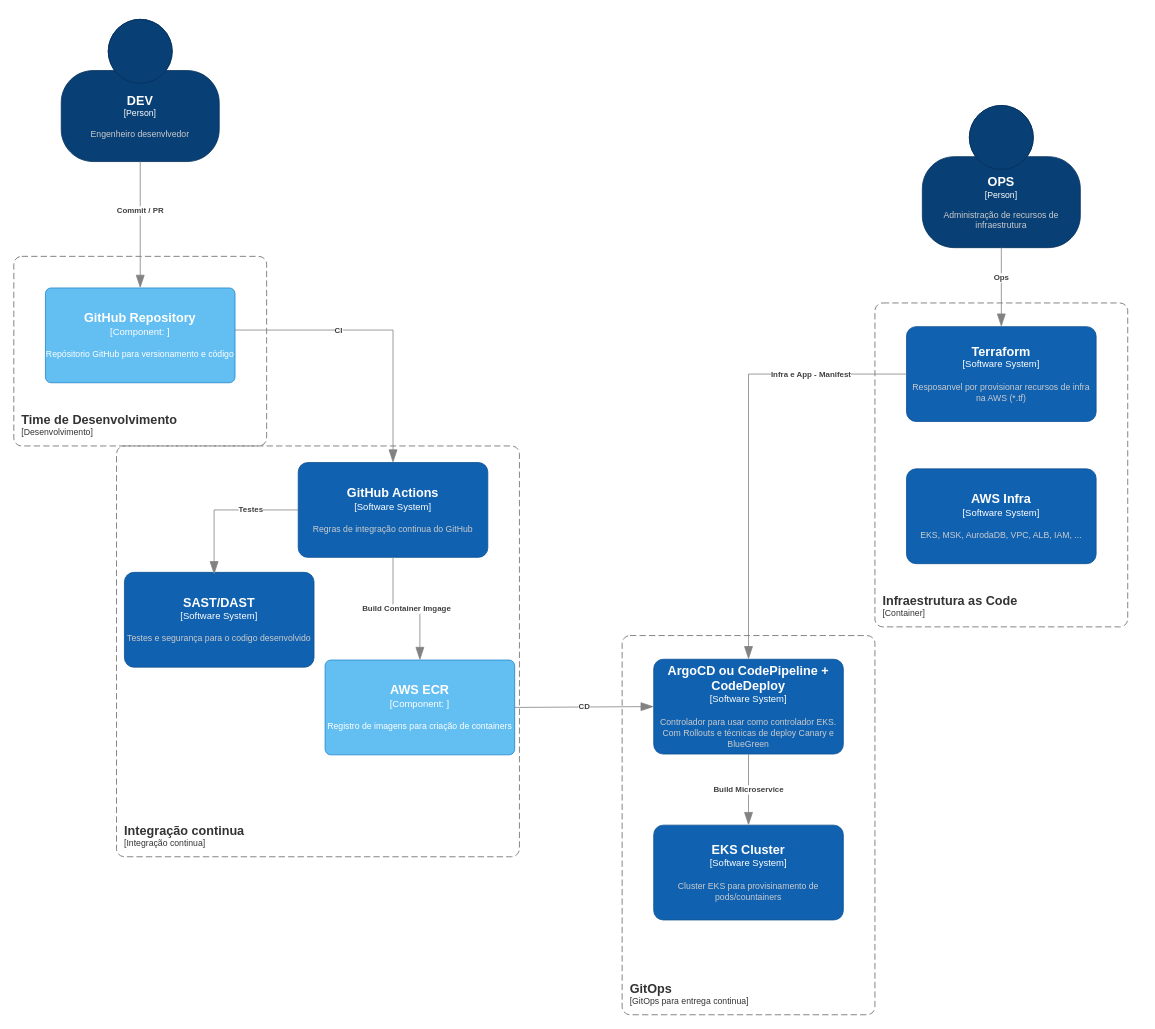
Above: page "PB - Platform Eng" (9 of 9) of ProntoBurger.drawio in Rogpe-Prog/PBurger-Case (draw.io), before the change. Source tidied: cells renumbered, new cells numbered last; positions are measured from the earlier drawing's top-left corner, leaving out a move shared by most shapes. Both pictures are drawn from the tidied source at 79%, with x=0, y=0 at pixel (13, 19).
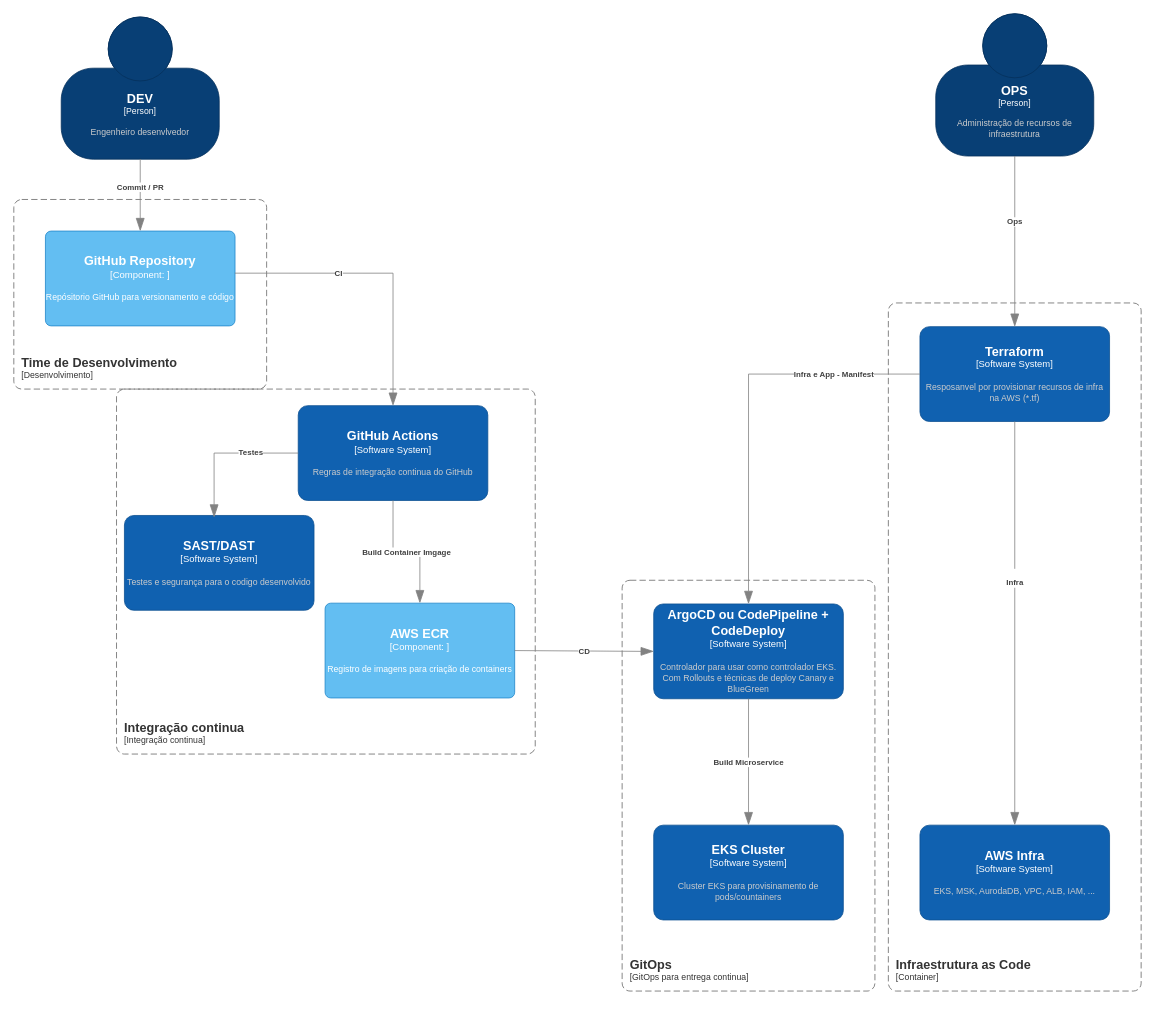
The same diagram, later.

What changed in the source:
```diff
@@
     <object id="2" label="&lt;font style=&quot;font-size: 16px&quot;&gt;&lt;b&gt;&lt;div style=&quot;text-align: left&quot;&gt;%c4Name%&lt;/div&gt;&lt;/b&gt;&lt;/font&gt;&lt;div style=&quot;text-align: left&quot;&gt;[%c4Application%]&lt;/div&gt;" c4Application="Container" c4Name="Infraestrutura as Code" placeholders="1">
       <mxCell style="rounded=1;fontSize=11;whiteSpace=wrap;html=1;dashed=1;arcSize=20;fillColor=none;strokeColor=#666666;fontColor=#333333;labelBackgroundColor=none;align=left;verticalAlign=bottom;labelBorderColor=none;spacingTop=0;spacing=10;dashPattern=8 4;perimeter=rectanglePerimeter;noLabel=0;labelPadding=0;absoluteArcSize=1;" parent="1" vertex="1">
-        <mxGeometry x="1090" y="359" width="320" height="410" as="geometry" />
+        <mxGeometry x="1107" y="359" width="320" height="871" as="geometry" />
       </mxCell>
     </object>
     <object id="3" label="&lt;font style=&quot;font-size: 16px&quot;&gt;&lt;b&gt;%c4Name%&lt;/b&gt;&lt;/font&gt;&lt;div&gt;[%c4Type%]&lt;/div&gt;&lt;br&gt;&lt;div&gt;&lt;font style=&quot;font-size: 11px&quot;&gt;&lt;font color=&quot;#cccccc&quot;&gt;%c4Description%&lt;/font&gt;&lt;/div&gt;" c4Description="Resposanvel por provisionar recursos de infra na AWS (*.tf)" c4Name="Terraform" c4Type="Software System" placeholders="1">
       <mxCell style="rounded=1;whiteSpace=wrap;html=1;labelBackgroundColor=none;fillColor=#1061B0;fontColor=#ffffff;align=center;arcSize=10;strokeColor=#0D5091;points=[[0.25,0,0],[0.5,0,0],[0.75,0,0],[1,0.25,0],[1,0.5,0],[1,0.75,0],[0.75,1,0],[0.5,1,0],[0.25,1,0],[0,0.75,0],[0,0.5,0],[0,0.25,0]];" parent="1" vertex="1">
-        <mxGeometry x="1130" y="389" width="240" height="120" as="geometry" />
+        <mxGeometry x="1147" y="389" width="240" height="120" as="geometry" />
       </mxCell>
     </object>
     <object id="4" label="&lt;font style=&quot;font-size: 16px&quot;&gt;&lt;b&gt;&lt;div style=&quot;text-align: left&quot;&gt;%c4Name%&lt;/div&gt;&lt;/b&gt;&lt;/font&gt;&lt;div style=&quot;text-align: left&quot;&gt;[%c4Application%]&lt;/div&gt;" c4Application="GitOps para entrega continua" c4Name="GitOps" placeholders="1">
       <mxCell style="rounded=1;fontSize=11;whiteSpace=wrap;html=1;dashed=1;arcSize=20;fillColor=none;strokeColor=#666666;fontColor=#333333;labelBackgroundColor=none;align=left;verticalAlign=bottom;labelBorderColor=none;spacingTop=0;spacing=10;dashPattern=8 4;perimeter=rectanglePerimeter;noLabel=0;labelPadding=0;absoluteArcSize=1;" parent="1" vertex="1">
-        <mxGeometry x="770" y="780" width="320" height="480" as="geometry" />
+        <mxGeometry x="770" y="710" width="320" height="520" as="geometry" />
       </mxCell>
     </object>
     <object id="5" label="&lt;font style=&quot;font-size: 16px&quot;&gt;&lt;b&gt;%c4Name%&lt;/b&gt;&lt;/font&gt;&lt;div&gt;[%c4Type%]&lt;/div&gt;&lt;br&gt;&lt;div&gt;&lt;font style=&quot;font-size: 11px&quot;&gt;&lt;font color=&quot;#cccccc&quot;&gt;%c4Description%&lt;/font&gt;&lt;/div&gt;" c4Description="Controlador para usar como controlador EKS. Com Rollouts e técnicas de deploy Canary e BlueGreen" c4Name="ArgoCD ou CodePipeline + CodeDeploy" c4Type="Software System" placeholders="1">
       <mxCell style="rounded=1;whiteSpace=wrap;html=1;labelBackgroundColor=none;fillColor=#1061B0;fontColor=#ffffff;align=center;arcSize=10;strokeColor=#0D5091;points=[[0.25,0,0],[0.5,0,0],[0.75,0,0],[1,0.25,0],[1,0.5,0],[1,0.75,0],[0.75,1,0],[0.5,1,0],[0.25,1,0],[0,0.75,0],[0,0.5,0],[0,0.25,0]];" parent="1" vertex="1">
-        <mxGeometry x="810" y="810" width="240" height="120" as="geometry" />
+        <mxGeometry x="810" y="740" width="240" height="120" as="geometry" />
       </mxCell>
     </object>
     <object id="6" label="&lt;font style=&quot;font-size: 16px&quot;&gt;&lt;b&gt;%c4Name%&lt;/b&gt;&lt;/font&gt;&lt;div&gt;[%c4Type%]&lt;/div&gt;&lt;br&gt;&lt;div&gt;&lt;font style=&quot;font-size: 11px&quot;&gt;&lt;font color=&quot;#cccccc&quot;&gt;%c4Description%&lt;/font&gt;&lt;/div&gt;" c4Description="Engenheiro desenvlvedor" c4Name="DEV" c4Type="Person" placeholders="1">
       <mxCell style="html=1;fontSize=11;dashed=0;whiteSpace=wrap;fillColor=#083F75;strokeColor=#06315C;fontColor=#ffffff;shape=mxgraph.c4.person2;align=center;points=[[0.5,0,0],[1,0.5,0],[1,0.75,0],[0.75,1,0],[0.5,1,0],[0.25,1,0],[0,0.75,0],[0,0.5,0]];" parent="1" vertex="1">
-        <mxGeometry x="60" width="200" height="180" as="geometry" />
+        <mxGeometry x="60" y="-3" width="200" height="180" as="geometry" />
       </mxCell>
     </object>
     <object id="7" label="&lt;font style=&quot;font-size: 16px&quot;&gt;&lt;b&gt;&lt;div style=&quot;text-align: left&quot;&gt;%c4Name%&lt;/div&gt;&lt;/b&gt;&lt;/font&gt;&lt;div style=&quot;text-align: left&quot;&gt;[%c4Application%]&lt;/div&gt;" c4Application="Desenvolvimento" c4Name="Time de Desenvolvimento" placeholders="1">
       <mxCell style="rounded=1;fontSize=11;whiteSpace=wrap;html=1;dashed=1;arcSize=20;fillColor=none;strokeColor=#666666;fontColor=#333333;labelBackgroundColor=none;align=left;verticalAlign=bottom;labelBorderColor=none;spacingTop=0;spacing=10;dashPattern=8 4;perimeter=rectanglePerimeter;noLabel=0;labelPadding=0;absoluteArcSize=1;" parent="1" vertex="1">
-        <mxGeometry y="300" width="320" height="240" as="geometry" />
+        <mxGeometry y="228" width="320" height="240" as="geometry" />
       </mxCell>
     </object>
     <object id="8" label="&lt;font style=&quot;font-size: 16px&quot;&gt;&lt;b&gt;%c4Name%&lt;/b&gt;&lt;/font&gt;&lt;div&gt;[%c4Type%: %c4Technology%]&lt;/div&gt;&lt;br&gt;&lt;div&gt;&lt;font style=&quot;font-size: 11px&quot;&gt;%c4Description%&lt;/font&gt;&lt;/div&gt;" c4Description="Repósitorio GitHub para versionamento e código" c4Name="GitHub Repository" c4Technology="" c4Type="Component" placeholders="1">
       <mxCell style="rounded=1;whiteSpace=wrap;html=1;labelBackgroundColor=none;fillColor=#63BEF2;fontColor=#ffffff;align=center;arcSize=6;strokeColor=#2086C9;points=[[0.25,0,0],[0.5,0,0],[0.75,0,0],[1,0.25,0],[1,0.5,0],[1,0.75,0],[0.75,1,0],[0.5,1,0],[0.25,1,0],[0,0.75,0],[0,0.5,0],[0,0.25,0]];" parent="1" vertex="1">
-        <mxGeometry x="40" y="340" width="240" height="120" as="geometry" />
+        <mxGeometry x="40" y="268" width="240" height="120" as="geometry" />
       </mxCell>
     </object>
     <object id="9" label="&lt;font style=&quot;font-size: 16px&quot;&gt;&lt;b&gt;&lt;div style=&quot;text-align: left&quot;&gt;%c4Name%&lt;/div&gt;&lt;/b&gt;&lt;/font&gt;&lt;div style=&quot;text-align: left&quot;&gt;[%c4Application%]&lt;/div&gt;" c4Application="Integração continua" c4Name="Integração continua" placeholders="1">
       <mxCell style="rounded=1;fontSize=11;whiteSpace=wrap;html=1;dashed=1;arcSize=20;fillColor=none;strokeColor=#666666;fontColor=#333333;labelBackgroundColor=none;align=left;verticalAlign=bottom;labelBorderColor=none;spacingTop=0;spacing=10;dashPattern=8 4;perimeter=rectanglePerimeter;noLabel=0;labelPadding=0;absoluteArcSize=1;" parent="1" vertex="1">
-        <mxGeometry x="130" y="540" width="510" height="520" as="geometry" />
+        <mxGeometry x="130" y="468" width="530" height="462" as="geometry" />
       </mxCell>
     </object>
     <object id="10" label="&lt;font style=&quot;font-size: 16px&quot;&gt;&lt;b&gt;%c4Name%&lt;/b&gt;&lt;/font&gt;&lt;div&gt;[%c4Type%]&lt;/div&gt;&lt;br&gt;&lt;div&gt;&lt;font style=&quot;font-size: 11px&quot;&gt;&lt;font color=&quot;#cccccc&quot;&gt;%c4Description%&lt;/font&gt;&lt;/div&gt;" c4Description="Regras de integração continua do GitHub" c4Name="GitHub Actions" c4Type="Software System" placeholders="1">
       <mxCell style="rounded=1;whiteSpace=wrap;html=1;labelBackgroundColor=none;fillColor=#1061B0;fontColor=#ffffff;align=center;arcSize=10;strokeColor=#0D5091;points=[[0.25,0,0],[0.5,0,0],[0.75,0,0],[1,0.25,0],[1,0.5,0],[1,0.75,0],[0.75,1,0],[0.5,1,0],[0.25,1,0],[0,0.75,0],[0,0.5,0],[0,0.25,0]];" parent="1" vertex="1">
-        <mxGeometry x="360" y="561" width="240" height="120" as="geometry" />
+        <mxGeometry x="360" y="489" width="240" height="120" as="geometry" />
       </mxCell>
     </object>
     <object id="11" label="&lt;font style=&quot;font-size: 16px&quot;&gt;&lt;b&gt;%c4Name%&lt;/b&gt;&lt;/font&gt;&lt;div&gt;[%c4Type%]&lt;/div&gt;&lt;br&gt;&lt;div&gt;&lt;font style=&quot;font-size: 11px&quot;&gt;&lt;font color=&quot;#cccccc&quot;&gt;%c4Description%&lt;/font&gt;&lt;/div&gt;" c4Description="Testes e segurança para o codigo desenvolvido" c4Name="SAST/DAST" c4Type="Software System" placeholders="1">
       <mxCell style="rounded=1;whiteSpace=wrap;html=1;labelBackgroundColor=none;fillColor=#1061B0;fontColor=#ffffff;align=center;arcSize=10;strokeColor=#0D5091;points=[[0.25,0,0],[0.5,0,0],[0.75,0,0],[1,0.25,0],[1,0.5,0],[1,0.75,0],[0.75,1,0],[0.5,1,0],[0.25,1,0],[0,0.75,0],[0,0.5,0],[0,0.25,0]];" parent="1" vertex="1">
-        <mxGeometry x="140" y="700" width="240" height="120" as="geometry" />
+        <mxGeometry x="140" y="628" width="240" height="120" as="geometry" />
       </mxCell>
     </object>
     <object id="12" label="&lt;font style=&quot;font-size: 16px&quot;&gt;&lt;b&gt;%c4Name%&lt;/b&gt;&lt;/font&gt;&lt;div&gt;[%c4Type%: %c4Technology%]&lt;/div&gt;&lt;br&gt;&lt;div&gt;&lt;font style=&quot;font-size: 11px&quot;&gt;%c4Description%&lt;/font&gt;&lt;/div&gt;" c4Description="Registro de imagens para criação de containers" c4Name="AWS ECR" c4Technology="" c4Type="Component" placeholders="1">
       <mxCell style="rounded=1;whiteSpace=wrap;html=1;labelBackgroundColor=none;fillColor=#63BEF2;fontColor=#ffffff;align=center;arcSize=6;strokeColor=#2086C9;points=[[0.25,0,0],[0.5,0,0],[0.75,0,0],[1,0.25,0],[1,0.5,0],[1,0.75,0],[0.75,1,0],[0.5,1,0],[0.25,1,0],[0,0.75,0],[0,0.5,0],[0,0.25,0]];" parent="1" vertex="1">
-        <mxGeometry x="394" y="811" width="240" height="120" as="geometry" />
+        <mxGeometry x="394" y="739" width="240" height="120" as="geometry" />
       </mxCell>
     </object>
@@
     <object id="14" label="&lt;div style=&quot;text-align: left&quot;&gt;&lt;div style=&quot;text-align: center&quot;&gt;&lt;b&gt;%c4Description%&lt;/b&gt;&lt;/div&gt;" c4Description="Commit / PR" placeholders="1">
       <mxCell style="endArrow=blockThin;html=1;fontSize=10;fontColor=#404040;strokeWidth=1;endFill=1;strokeColor=#828282;elbow=vertical;endSize=14;startSize=14;jumpStyle=arc;jumpSize=16;rounded=0;edgeStyle=orthogonalEdgeStyle;exitX=0.5;exitY=1;exitDx=0;exitDy=0;exitPerimeter=0;" parent="1" edge="1" source="6">
         <mxGeometry x="-0.22" relative="1" as="geometry">
-          <mxPoint x="160" y="340" as="targetPoint" />
+          <mxPoint x="160" y="268" as="targetPoint" />
           <mxPoint y="-1" as="offset" />
         </mxGeometry>
       </mxCell>
     </object>
@@
     <object id="21" label="&lt;font style=&quot;font-size: 16px&quot;&gt;&lt;b&gt;%c4Name%&lt;/b&gt;&lt;/font&gt;&lt;div&gt;[%c4Type%]&lt;/div&gt;&lt;br&gt;&lt;div&gt;&lt;font style=&quot;font-size: 11px&quot;&gt;&lt;font color=&quot;#cccccc&quot;&gt;%c4Description%&lt;/font&gt;&lt;/div&gt;" c4Description="Administração de recursos de infraestrutura" c4Name="OPS" c4Type="Person" placeholders="1">
       <mxCell style="html=1;fontSize=11;dashed=0;whiteSpace=wrap;fillColor=#083F75;strokeColor=#06315C;fontColor=#ffffff;shape=mxgraph.c4.person2;align=center;points=[[0.5,0,0],[1,0.5,0],[1,0.75,0],[0.75,1,0],[0.5,1,0],[0.25,1,0],[0,0.75,0],[0,0.5,0]];" parent="1" vertex="1">
-        <mxGeometry x="1150" y="109" width="200" height="180" as="geometry" />
+        <mxGeometry x="1167" y="-7" width="200" height="180" as="geometry" />
       </mxCell>
     </object>
@@
     <object id="23" label="&lt;font style=&quot;font-size: 16px&quot;&gt;&lt;b&gt;%c4Name%&lt;/b&gt;&lt;/font&gt;&lt;div&gt;[%c4Type%]&lt;/div&gt;&lt;br&gt;&lt;div&gt;&lt;font style=&quot;font-size: 11px&quot;&gt;&lt;font color=&quot;#cccccc&quot;&gt;%c4Description%&lt;/font&gt;&lt;/div&gt;" c4Description="EKS, MSK, AurodaDB, VPC, ALB, IAM, ..." c4Name="AWS Infra" c4Type="Software System" placeholders="1">
       <mxCell style="rounded=1;whiteSpace=wrap;html=1;labelBackgroundColor=none;fillColor=#1061B0;fontColor=#ffffff;align=center;arcSize=10;strokeColor=#0D5091;points=[[0.25,0,0],[0.5,0,0],[0.75,0,0],[1,0.25,0],[1,0.5,0],[1,0.75,0],[0.75,1,0],[0.5,1,0],[0.25,1,0],[0,0.75,0],[0,0.5,0],[0,0.25,0]];" parent="1" vertex="1">
-        <mxGeometry x="1130" y="569" width="240" height="120" as="geometry" />
+        <mxGeometry x="1147" y="1020" width="240" height="120" as="geometry" />
       </mxCell>
     </object>
+    <object id="24" label="&lt;div style=&quot;text-align: left&quot;&gt;&lt;div style=&quot;text-align: center&quot;&gt;&lt;b&gt;%c4Description%&lt;/b&gt;&lt;/div&gt;" c4Description="&#10;Infra" placeholders="1">
+      <mxCell style="endArrow=blockThin;html=1;fontSize=10;fontColor=#404040;strokeWidth=1;endFill=1;strokeColor=#828282;elbow=vertical;endSize=14;startSize=14;jumpStyle=arc;jumpSize=16;rounded=0;edgeStyle=orthogonalEdgeStyle;exitX=0.5;exitY=1;exitDx=0;exitDy=0;exitPerimeter=0;entryX=0.5;entryY=0;entryDx=0;entryDy=0;entryPerimeter=0;" parent="1" edge="1" source="3" target="23">
+        <mxGeometry x="-0.22" relative="1" as="geometry">
+          <mxPoint y="-1" as="offset" />
+        </mxGeometry>
+      </mxCell>
+    </object>
```
